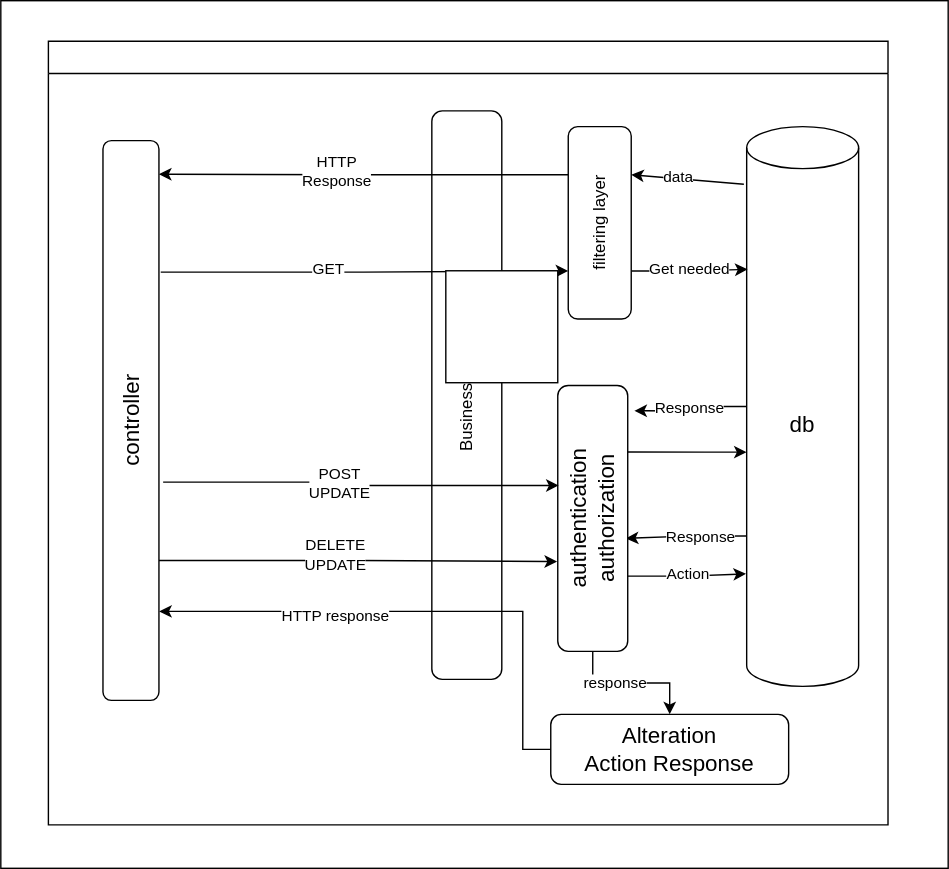
Above: etc/imgs/system-desgin.drawio.svg in Abdullah-Khawahir/clinics-schedules (draw.io), before the change. Source tidied: cells renumbered, new cells last; positions are measured from the earlier drawing's top-left corner, leaving out a move shared by most shapes.
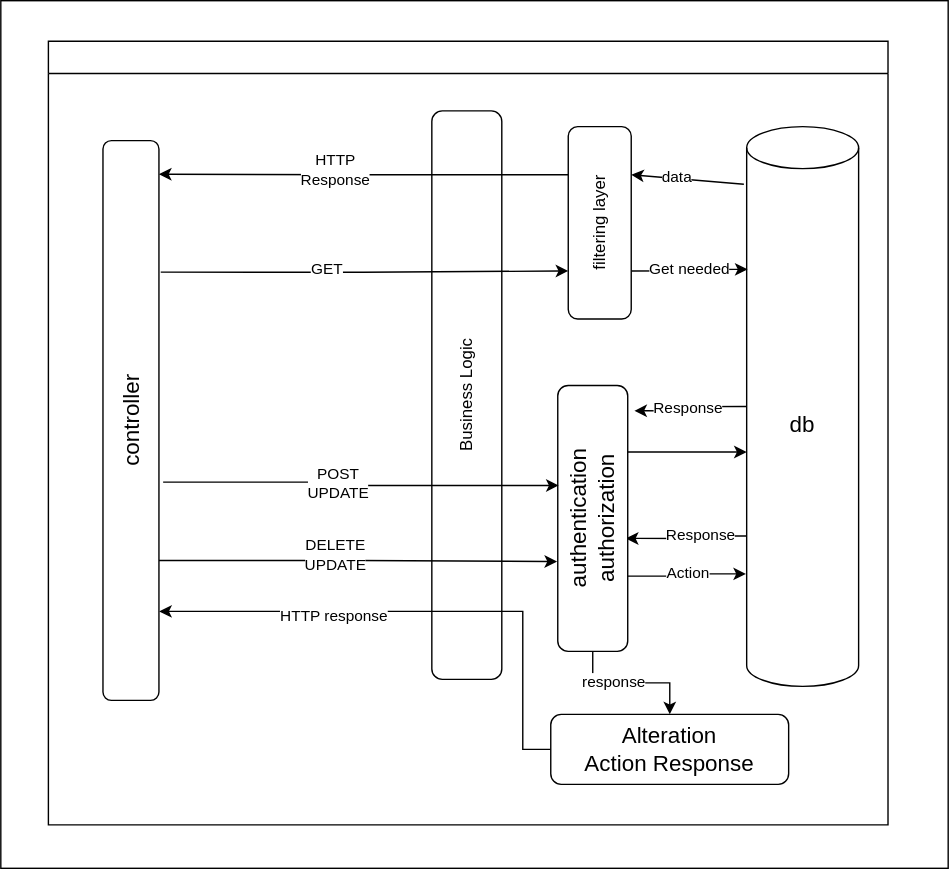
After the commit.

Change to the diagram source:
```diff
@@ -117,8 +117,5 @@
     <mxCell id="32" style="swimlane;whiteSpace=wrap;html=1;" parent="1" vertex="1">
       <mxGeometry x="141" y="29" width="600" height="560" as="geometry" />
     </mxCell>
-    <mxCell id="33" style="whiteSpace=wrap;html=1;" parent="1" vertex="1">
-      <mxGeometry x="425" y="193" width="80" height="80" as="geometry" />
-    </mxCell>
   </root>
 </mxGraphModel>
```
